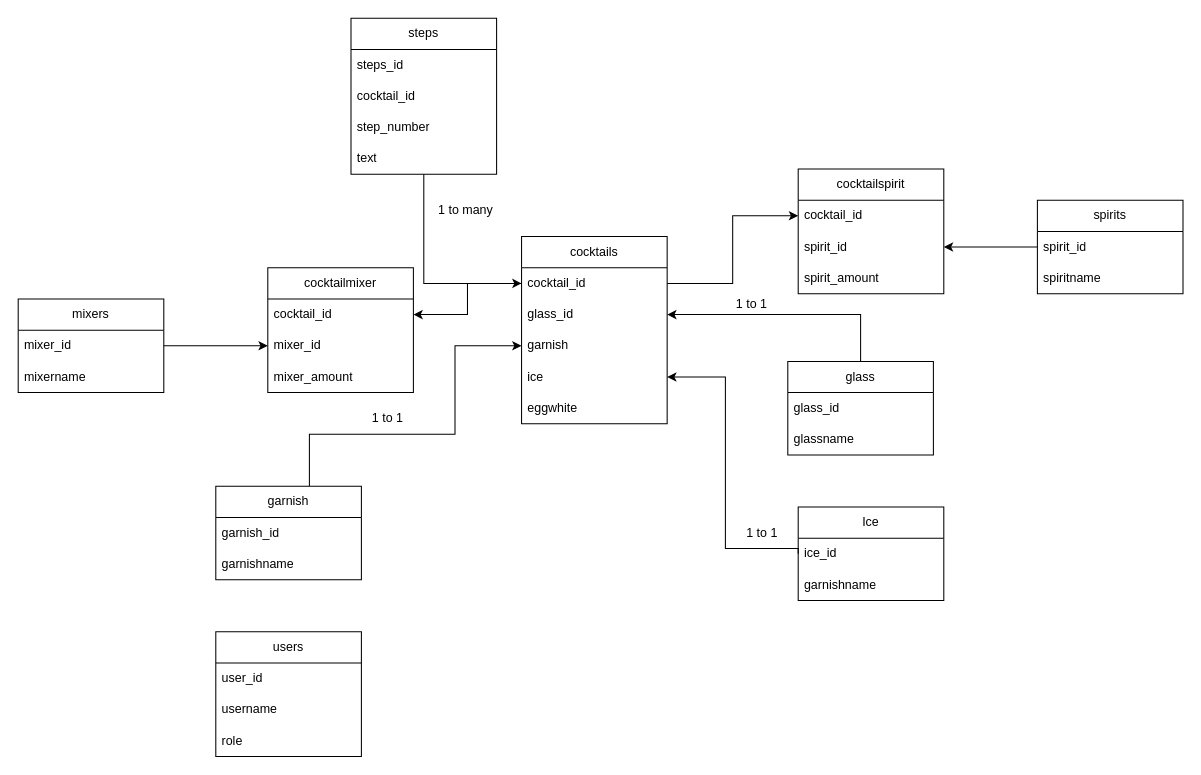
Above: Documentatie/cocktailDatabaseOntwerp.drawio in dannyjanneman/CocktailSaver (draw.io), before the change. Source tidied: cells renumbered, new cells numbered last; positions are measured from the earlier drawing's top-left corner, leaving out a move shared by most shapes. Both pictures are drawn from the tidied source at 104%, with x=0, y=0 at pixel (18, 18).
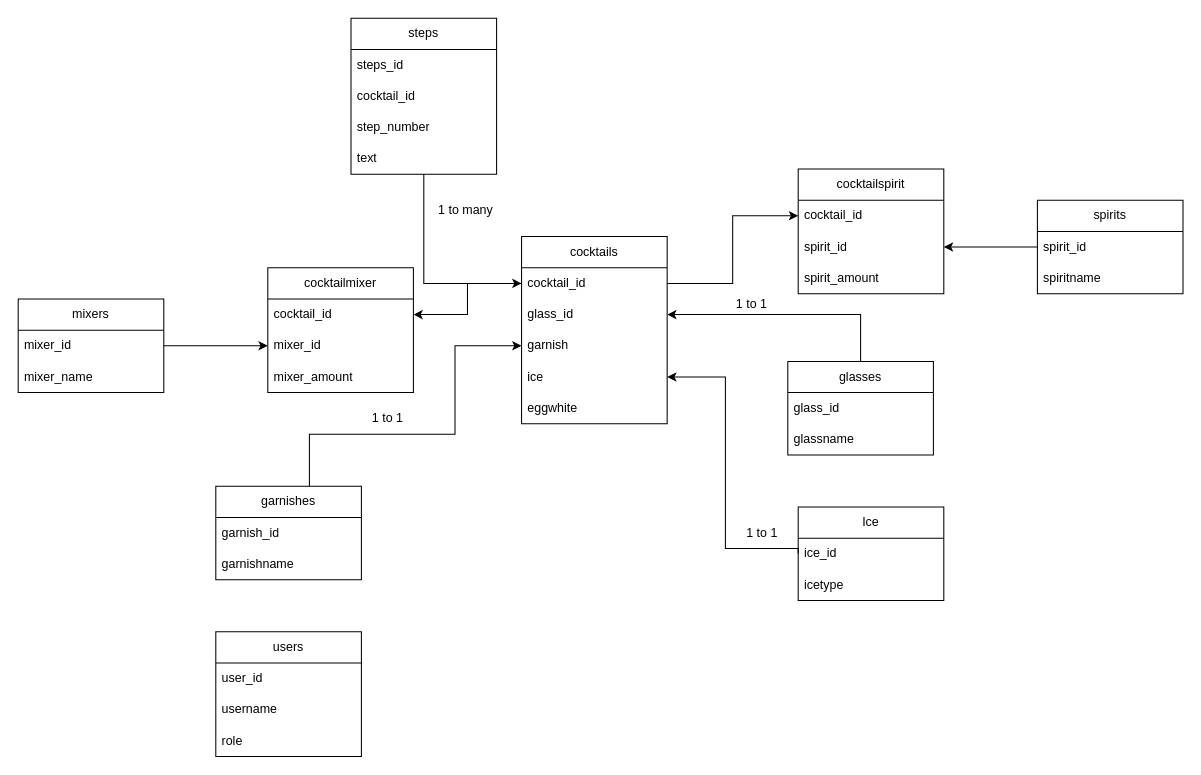
The same diagram, later.

The change refers to these unchanged cells:
```xml
<mxCell id="15" value="mixers" style="swimlane;fontStyle=0;horizontal=1;startSize=30;whiteSpace=wrap;html=1;" parent="1" vertex="1">
  <mxGeometry y="270" width="140" height="90" as="geometry" />
</mxCell>
<mxCell id="23" value="Ice" style="swimlane;fontStyle=0;horizontal=1;startSize=30;whiteSpace=wrap;html=1;" parent="1" vertex="1">
  <mxGeometry x="750" y="470" width="140" height="90" as="geometry" />
</mxCell>
```

The edit, as a diff of the source:
```diff
@@
-    <mxCell id="17" value="mixername" style="text;strokeColor=none;fillColor=none;align=left;verticalAlign=middle;spacingLeft=4;spacingRight=4;overflow=hidden;whiteSpace=wrap;html=1;" parent="15" vertex="1">
+    <mxCell id="17" value="mixer_name" style="text;strokeColor=none;fillColor=none;align=left;verticalAlign=middle;spacingLeft=4;spacingRight=4;overflow=hidden;whiteSpace=wrap;html=1;" parent="15" vertex="1">
       <mxGeometry y="60" width="140" height="30" as="geometry" />
     </mxCell>
@@
-    <mxCell id="19" value="garnish" style="swimlane;fontStyle=0;horizontal=1;startSize=30;whiteSpace=wrap;html=1;" parent="1" vertex="1">
+    <mxCell id="19" value="garnishes" style="swimlane;fontStyle=0;horizontal=1;startSize=30;whiteSpace=wrap;html=1;" parent="1" vertex="1">
       <mxGeometry x="190" y="450" width="140" height="90" as="geometry" />
     </mxCell>
@@
-    <mxCell id="25" value="garnishname" style="text;strokeColor=none;fillColor=none;align=left;verticalAlign=middle;spacingLeft=4;spacingRight=4;overflow=hidden;whiteSpace=wrap;html=1;" parent="23" vertex="1">
+    <mxCell id="25" value="icetype" style="text;strokeColor=none;fillColor=none;align=left;verticalAlign=middle;spacingLeft=4;spacingRight=4;overflow=hidden;whiteSpace=wrap;html=1;" parent="23" vertex="1">
       <mxGeometry y="60" width="140" height="30" as="geometry" />
     </mxCell>
@@
-    <mxCell id="27" value="glass" style="swimlane;fontStyle=0;horizontal=1;startSize=30;whiteSpace=wrap;html=1;" parent="1" vertex="1">
+    <mxCell id="27" value="glasses" style="swimlane;fontStyle=0;horizontal=1;startSize=30;whiteSpace=wrap;html=1;" parent="1" vertex="1">
       <mxGeometry x="740" y="330" width="140" height="90" as="geometry" />
     </mxCell>
```
